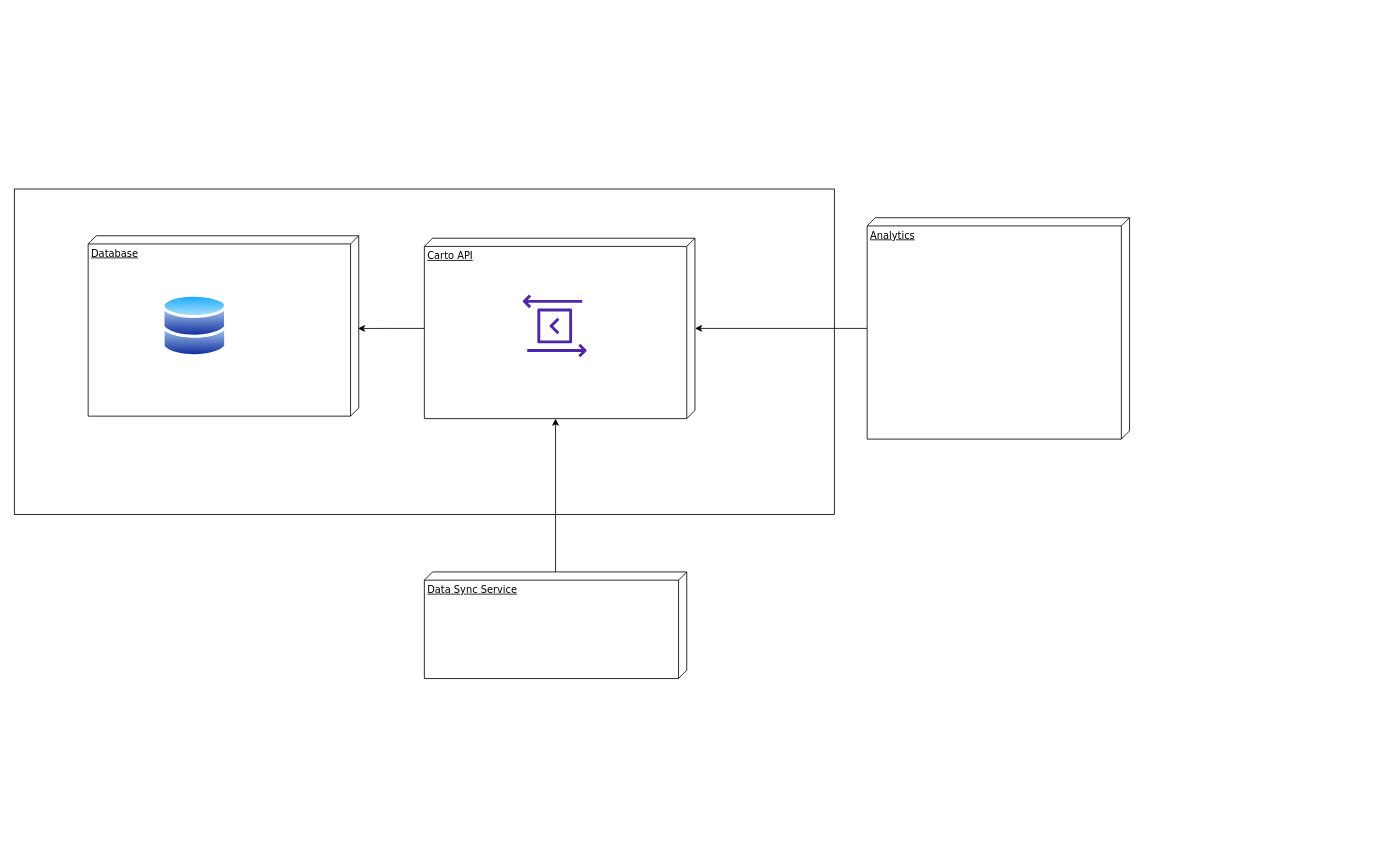
Before: Carto Analytics.drawio in AmolSJawalkar/DrawIO, a draw.io diagram. Source tidied: cells renumbered, new cells numbered last; positions are measured from the earlier drawing's top-left corner, leaving out a move shared by most shapes. Both pictures are drawn from the tidied source at 82%, with x=0, y=0 at pixel (14, 189).
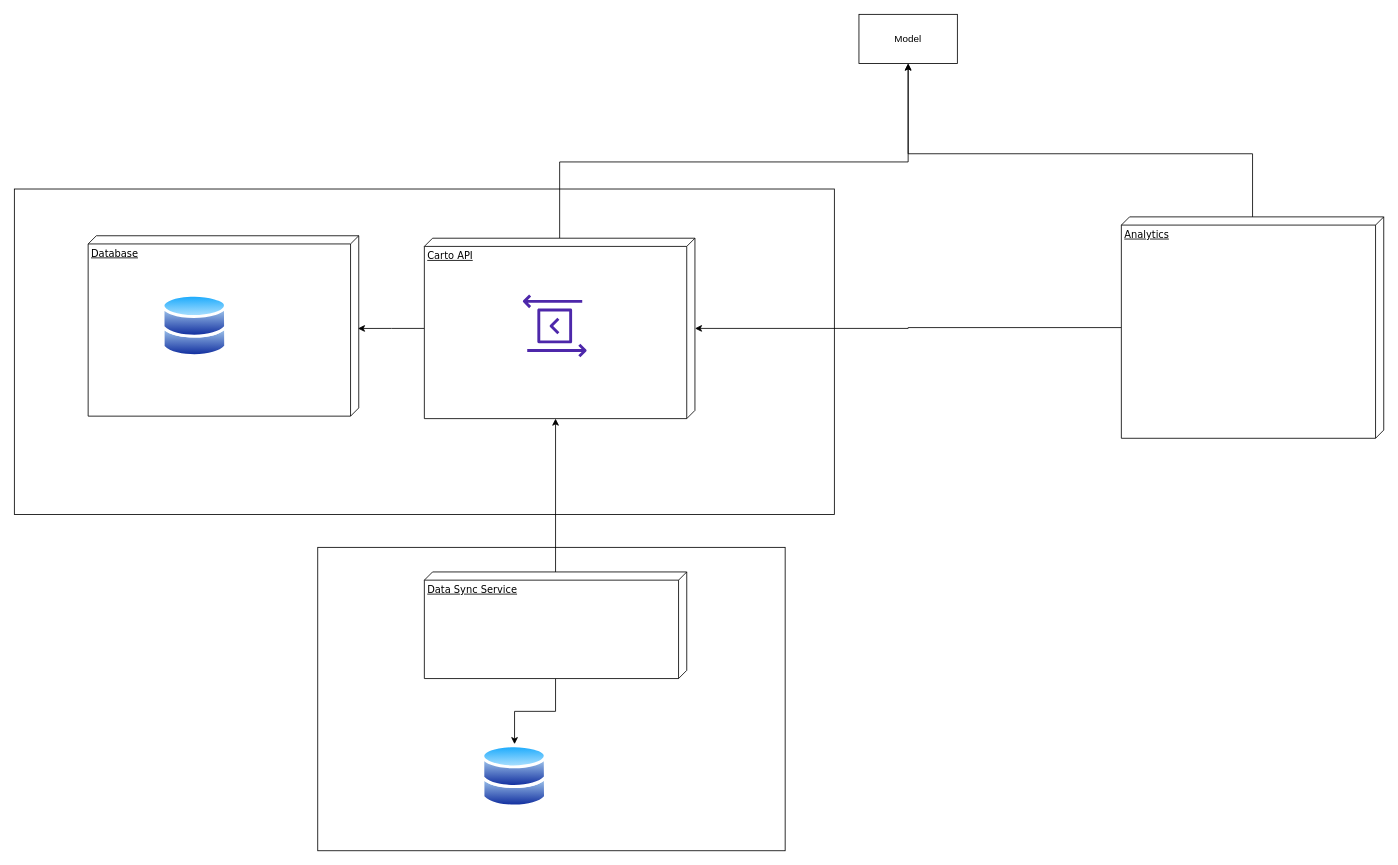
The same diagram, later.

Unchanged cells that the change refers to:
```xml
<mxCell id="5" value="Carto API" style="verticalAlign=top;align=left;spacingTop=8;spacingLeft=2;spacingRight=12;shape=cube;size=10;direction=south;fontStyle=4;html=1;rounded=0;shadow=0;comic=0;labelBackgroundColor=none;strokeWidth=1;fontFamily=Verdana;fontSize=12;" parent="1" vertex="1">
  <mxGeometry x="500" y="60" width="330" height="220" as="geometry" />
</mxCell>
<mxCell id="11" value="Data Sync Service" style="verticalAlign=top;align=left;spacingTop=8;spacingLeft=2;spacingRight=12;shape=cube;size=10;direction=south;fontStyle=4;html=1;rounded=0;shadow=0;comic=0;labelBackgroundColor=none;strokeWidth=1;fontFamily=Verdana;fontSize=12;" parent="1" vertex="1">
  <mxGeometry x="500" y="467" width="320" height="130" as="geometry" />
</mxCell>
```

The edit, as a diff of the source:
```diff
@@
+    <mxCell id="12" style="rounded=0;whiteSpace=wrap;html=1;" parent="1" vertex="1">
+      <mxGeometry x="370" y="437" width="570" height="370" as="geometry" />
+    </mxCell>
@@
+    <mxCell id="13" style="edgeStyle=orthogonalEdgeStyle;rounded=0;jettySize=auto;html=1;entryX=0.5;entryY=1;entryDx=0;entryDy=0;" parent="1" edge="1" source="5" target="16">
+      <mxGeometry relative="1" as="geometry">
+        <Array as="points">
+          <mxPoint x="665" y="-33" />
+          <mxPoint x="1090" y="-33" />
+        </Array>
+      </mxGeometry>
+    </mxCell>
@@
+    <mxCell id="14" style="edgeStyle=orthogonalEdgeStyle;rounded=0;jettySize=auto;html=1;" parent="1" edge="1" source="7" target="16">
+      <mxGeometry relative="1" as="geometry">
+        <Array as="points">
+          <mxPoint x="1510" y="-43" />
+          <mxPoint x="1090" y="-43" />
+        </Array>
+      </mxGeometry>
+    </mxCell>
     <mxCell id="7" value="Analytics" style="verticalAlign=top;align=left;spacingTop=8;spacingLeft=2;spacingRight=12;shape=cube;size=10;direction=south;fontStyle=4;html=1;rounded=0;shadow=0;comic=0;labelBackgroundColor=none;strokeWidth=1;fontFamily=Verdana;fontSize=12;" parent="1" vertex="1">
-      <mxGeometry x="1040" y="35" width="320" height="270" as="geometry" />
+      <mxGeometry x="1350" y="34" width="320" height="270" as="geometry" />
     </mxCell>
@@
+    <mxCell id="15" style="edgeStyle=orthogonalEdgeStyle;rounded=0;jettySize=auto;html=1;entryX=0.5;entryY=0;entryDx=0;entryDy=0;" parent="1" edge="1" source="11" target="17">
+      <mxGeometry relative="1" as="geometry" />
+    </mxCell>
@@
+    <mxCell id="16" value="Model" style="rounded=0;whiteSpace=wrap;html=1;" parent="1" vertex="1">
+      <mxGeometry x="1030" y="-213" width="120" height="60" as="geometry" />
+    </mxCell>
+    <mxCell id="17" style="image;perimeter=ellipsePerimeter;html=1;align=center;shadow=0;dashed=0;spacingTop=3;image=img/lib/active_directory/databases.svg;" parent="1" vertex="1">
+      <mxGeometry x="570" y="677" width="80" height="78.4" as="geometry" />
+    </mxCell>
```
